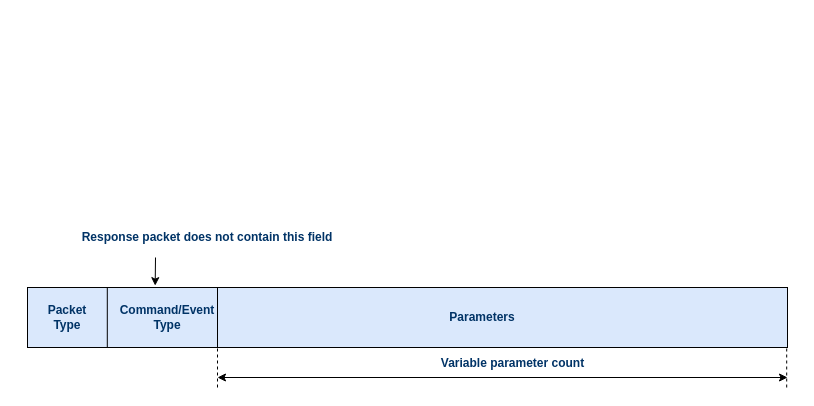
doki-nordic/draw.io keeps this draw.io diagram as Serialization_frame_format.drawio. Above is the earlier version. Source tidied: cells renumbered, new cells numbered last; positions are measured from the earlier drawing's top-left corner, leaving out a move shared by most shapes. Both pictures are drawn from the tidied source at 100%, with x=0, y=0 at pixel (27, 227).
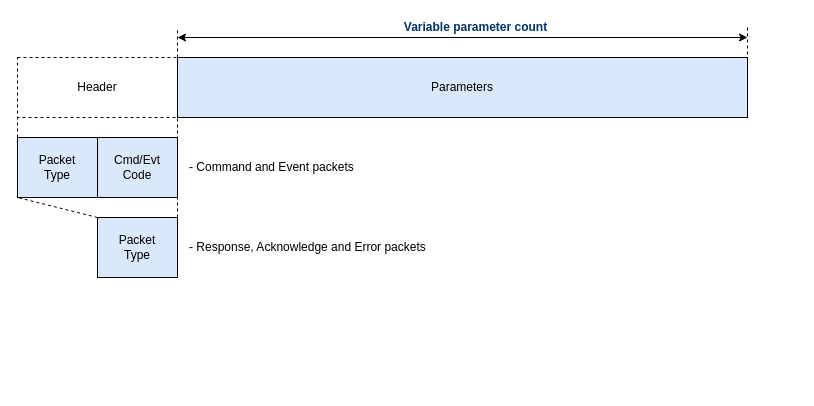
The same page after the edit.

What changed in the source:
```diff
@@
 <mxGraphModel>
   <root>
     <mxCell id="0" />
     <mxCell id="1" parent="0" />
-    <mxCell id="2" style="rounded=0;whiteSpace=wrap;html=1;fillColor=#dae8fc;strokeColor=#000000;" parent="1" vertex="1">
-      <mxGeometry y="60" width="760" height="60" as="geometry" />
-    </mxCell>
-    <mxCell id="3" value="&lt;div&gt;&lt;font color=&quot;#003366&quot;&gt;Packet&lt;/font&gt;&lt;/div&gt;&lt;div&gt;&lt;font color=&quot;#003366&quot;&gt;Type&lt;/font&gt;&lt;br&gt;&lt;/div&gt;" style="text;html=1;strokeColor=none;fillColor=none;align=center;verticalAlign=middle;whiteSpace=wrap;rounded=0;fontStyle=1;" parent="1" vertex="1">
-      <mxGeometry x="10" y="75" width="60" height="30" as="geometry" />
-    </mxCell>
-    <mxCell id="4" value="&lt;div&gt;&lt;font color=&quot;#003366&quot;&gt;Command/Event&lt;/font&gt;&lt;/div&gt;&lt;div&gt;&lt;font color=&quot;#003366&quot;&gt;Type&lt;/font&gt;&lt;br&gt;&lt;/div&gt;" style="text;html=1;strokeColor=none;fillColor=none;align=center;verticalAlign=middle;whiteSpace=wrap;rounded=0;fontStyle=1;" parent="1" vertex="1">
-      <mxGeometry x="90" y="70" width="100" height="40" as="geometry" />
-    </mxCell>
-    <mxCell id="5" value="&lt;font color=&quot;#003366&quot;&gt;Parameters&lt;/font&gt;" style="text;html=1;strokeColor=none;fillColor=none;align=center;verticalAlign=middle;whiteSpace=wrap;rounded=0;fontColor=#003366;fontStyle=1;" parent="1" vertex="1">
-      <mxGeometry x="410" y="80" width="90" height="20" as="geometry" />
-    </mxCell>
-    <mxCell id="6" style="endArrow=none;html=1;entryX=0.105;entryY=-0.004;entryDx=0;entryDy=0;entryPerimeter=0;exitX=0.105;exitY=1;exitDx=0;exitDy=0;exitPerimeter=0;" parent="1" edge="1" source="2" target="2">
-      <mxGeometry relative="1" as="geometry" />
-    </mxCell>
-    <mxCell id="7" style="endArrow=none;html=1;entryX=0.25;entryY=0;entryDx=0;entryDy=0;exitX=0.25;exitY=1;exitDx=0;exitDy=0;" parent="1" edge="1" source="2" target="2">
-      <mxGeometry relative="1" as="geometry" />
-    </mxCell>
-    <mxCell id="8" style="endArrow=none;dashed=1;html=1;" parent="1" edge="1">
+    <mxCell id="8" style="endArrow=none;dashed=1;html=1;exitX=0;exitY=0;exitDx=0;exitDy=0;" parent="1" edge="1" source="5">
       <mxGeometry relative="1" as="geometry">
-        <mxPoint x="190" y="160" as="sourcePoint" />
-        <mxPoint x="190" y="120" as="targetPoint" />
+        <mxPoint x="150" y="-200" as="targetPoint" />
       </mxGeometry>
     </mxCell>
-    <mxCell id="9" style="endArrow=none;dashed=1;html=1;" parent="1" edge="1">
+    <mxCell id="9" style="endArrow=none;dashed=1;html=1;entryX=1;entryY=0;entryDx=0;entryDy=0;" parent="1" edge="1" target="5">
       <mxGeometry relative="1" as="geometry">
-        <mxPoint x="759.2" y="160" as="sourcePoint" />
-        <mxPoint x="759.2" y="120" as="targetPoint" />
+        <mxPoint x="720" y="-200" as="sourcePoint" />
       </mxGeometry>
     </mxCell>
     <mxCell id="10" style="endArrow=classic;startArrow=classic;html=1;" parent="1" edge="1">
       <mxGeometry relative="1" as="geometry">
-        <mxPoint x="190" y="150" as="sourcePoint" />
-        <mxPoint x="760" y="150" as="targetPoint" />
+        <mxPoint x="150" y="-190" as="sourcePoint" />
+        <mxPoint x="720" y="-190" as="targetPoint" />
       </mxGeometry>
     </mxCell>
     <mxCell id="11" value="&lt;font color=&quot;#003366&quot;&gt;Variable parameter count&lt;/font&gt;" style="text;html=1;strokeColor=none;fillColor=none;align=center;verticalAlign=middle;whiteSpace=wrap;rounded=0;fontStyle=1;" parent="1" vertex="1">
-      <mxGeometry x="401" y="126" width="169" height="20" as="geometry" />
+      <mxGeometry x="364" y="-210" width="169" height="20" as="geometry" />
     </mxCell>
-    <mxCell id="12" style="endArrow=classic;html=1;fontColor=#003366;entryX=0.168;entryY=-0.031;entryDx=0;entryDy=0;entryPerimeter=0;" parent="1" edge="1" target="2">
-      <mxGeometry relative="1" as="geometry">
-        <mxPoint x="128" y="30" as="sourcePoint" />
-      </mxGeometry>
-    </mxCell>
-    <mxCell id="13" value="&lt;b&gt;Response packet does not contain this field&lt;/b&gt;" style="text;html=1;strokeColor=none;fillColor=none;align=center;verticalAlign=middle;whiteSpace=wrap;rounded=0;fontColor=#003366;" parent="1" vertex="1">
-      <mxGeometry x="50" width="260" height="20" as="geometry" />
-    </mxCell>
+    <mxCell id="14" value="Header" style="rounded=0;whiteSpace=wrap;html=1;fillColor=none;strokeColor=#000000;dashed=1;" parent="1" vertex="1">
+      <mxGeometry x="-10" y="-170" width="160" height="60" as="geometry" />
+    </mxCell>
+    <mxCell id="5" value="Parameters" style="rounded=0;whiteSpace=wrap;html=1;fillColor=#dae8fc;strokeColor=#000000;" parent="1" vertex="1">
+      <mxGeometry x="150" y="-170" width="570" height="60" as="geometry" />
+    </mxCell>
+    <mxCell id="15" value="Packet&lt;br&gt;Type" style="rounded=0;whiteSpace=wrap;html=1;fillColor=#dae8fc;strokeColor=#000000;" parent="1" vertex="1">
+      <mxGeometry x="-10" y="-90" width="80" height="60" as="geometry" />
+    </mxCell>
+    <mxCell id="16" value="Cmd/Evt&lt;br&gt;Code" style="rounded=0;whiteSpace=wrap;html=1;fillColor=#dae8fc;strokeColor=#000000;" parent="1" vertex="1">
+      <mxGeometry x="70" y="-90" width="80" height="60" as="geometry" />
+    </mxCell>
+    <mxCell id="17" value="Packet&lt;br&gt;Type" style="rounded=0;whiteSpace=wrap;html=1;fillColor=#dae8fc;strokeColor=#000000;" parent="1" vertex="1">
+      <mxGeometry x="70" y="-10" width="80" height="60" as="geometry" />
+    </mxCell>
+    <mxCell id="18" style="endArrow=none;html=1;entryX=0;entryY=1;entryDx=0;entryDy=0;dashed=1;" parent="1" edge="1" target="5">
+      <mxGeometry relative="1" as="geometry">
+        <mxPoint x="150" y="50" as="sourcePoint" />
+      </mxGeometry>
+    </mxCell>
+    <mxCell id="19" style="endArrow=none;dashed=1;html=1;entryX=0;entryY=1;entryDx=0;entryDy=0;exitX=0;exitY=0;exitDx=0;exitDy=0;" parent="1" edge="1" source="15" target="14">
+      <mxGeometry relative="1" as="geometry" />
+    </mxCell>
+    <mxCell id="20" style="endArrow=none;dashed=1;html=1;entryX=0;entryY=1;entryDx=0;entryDy=0;exitX=0;exitY=0;exitDx=0;exitDy=0;" parent="1" edge="1" source="17" target="15">
+      <mxGeometry relative="1" as="geometry" />
+    </mxCell>
+    <mxCell id="21" value="- Command and Event packets" style="text;html=1;strokeColor=none;fillColor=none;align=left;verticalAlign=middle;whiteSpace=wrap;rounded=0;dashed=1;" parent="1" vertex="1">
+      <mxGeometry x="160" y="-90" width="210" height="60" as="geometry" />
+    </mxCell>
+    <mxCell id="22" value="- Response, Acknowledge and Error packets" style="text;html=1;strokeColor=none;fillColor=none;align=left;verticalAlign=middle;whiteSpace=wrap;rounded=0;dashed=1;" parent="1" vertex="1">
+      <mxGeometry x="160" y="-10" width="260" height="60" as="geometry" />
+    </mxCell>
   </root>
 </mxGraphModel>
```
